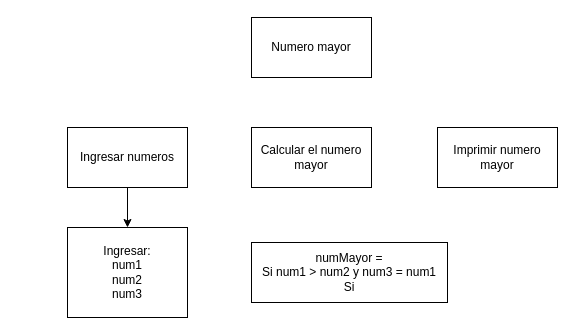
Earlier version of the draw.io diagram page "Ejercicio 3" (3 of 7) of practica_programacion_2/Diagramas.drawio (Creator125/Practicas-JavaScript-C13). Source tidied: cells renumbered, new cells numbered last; positions are measured from the earlier drawing's top-left corner, leaving out a move shared by most shapes. Both pictures are drawn from the tidied source at 100%, with x=0, y=0 at pixel (67, 17).
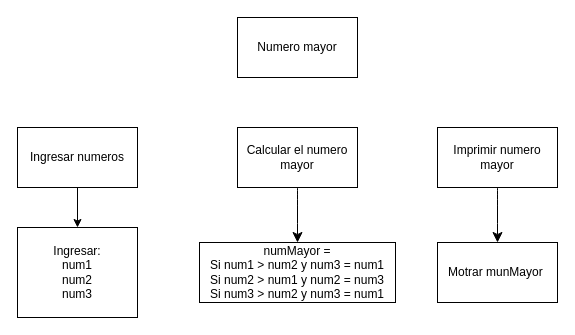
After the change.

Diff of the diagram source:
```diff
@@
 <mxGraphModel>
   <root>
     <mxCell id="0" />
     <mxCell id="1" parent="0" />
     <mxCell id="2" value="Numero mayor" style="rounded=0;whiteSpace=wrap;html=1;" parent="1" vertex="1">
-      <mxGeometry x="184" width="120" height="60" as="geometry" />
+      <mxGeometry x="170" width="120" height="60" as="geometry" />
     </mxCell>
     <mxCell id="3" style="edgeStyle=orthogonalEdgeStyle;rounded=0;jettySize=auto;html=1;exitX=0.5;exitY=1;exitDx=0;exitDy=0;entryX=0.5;entryY=0;entryDx=0;entryDy=0;" parent="1" edge="1" source="4" target="7">
       <mxGeometry relative="1" as="geometry" />
     </mxCell>
     <mxCell id="4" value="Ingresar numeros" style="rounded=0;whiteSpace=wrap;html=1;" parent="1" vertex="1">
-      <mxGeometry y="110" width="120" height="60" as="geometry" />
+      <mxGeometry x="-50" y="110" width="120" height="60" as="geometry" />
     </mxCell>
+    <mxCell id="9" style="edgeStyle=none;curved=1;rounded=0;jettySize=auto;html=1;exitX=0.5;exitY=1;exitDx=0;exitDy=0;entryX=0.5;entryY=0;entryDx=0;entryDy=0;fontSize=12;startSize=8;endSize=8;" parent="1" edge="1" source="5" target="8">
+      <mxGeometry relative="1" as="geometry" />
+    </mxCell>
     <mxCell id="5" value="Calcular el numero mayor" style="rounded=0;whiteSpace=wrap;html=1;" parent="1" vertex="1">
-      <mxGeometry x="184" y="110" width="120" height="60" as="geometry" />
+      <mxGeometry x="170" y="110" width="120" height="60" as="geometry" />
     </mxCell>
+    <mxCell id="10" style="edgeStyle=none;curved=1;rounded=0;jettySize=auto;html=1;exitX=0.5;exitY=1;exitDx=0;exitDy=0;entryX=0.5;entryY=0;entryDx=0;entryDy=0;fontSize=12;startSize=8;endSize=8;" parent="1" edge="1" source="6" target="11">
+      <mxGeometry relative="1" as="geometry" />
+    </mxCell>
     <mxCell id="6" value="Imprimir numero mayor" style="rounded=0;whiteSpace=wrap;html=1;" parent="1" vertex="1">
       <mxGeometry x="370" y="110" width="120" height="60" as="geometry" />
     </mxCell>
     <mxCell id="7" value="Ingresar:&lt;br&gt;num1&lt;br&gt;num2&lt;br&gt;num3" style="rounded=0;whiteSpace=wrap;html=1;" parent="1" vertex="1">
-      <mxGeometry y="210" width="120" height="90" as="geometry" />
+      <mxGeometry x="-50" y="210" width="120" height="90" as="geometry" />
     </mxCell>
-    <mxCell id="8" value="numMayor =&lt;br&gt;Si num1 &amp;gt; num2 y num3 = num1&lt;br&gt;Si" style="rounded=0;whiteSpace=wrap;html=1;" parent="1" vertex="1">
-      <mxGeometry x="184" y="225" width="196" height="60" as="geometry" />
+    <mxCell id="8" value="numMayor =&lt;br&gt;Si num1 &amp;gt; num2 y num3 = num1&lt;br&gt;Si num2 &amp;gt; num1 y num2 = num3&lt;br&gt;Si num3 &amp;gt; num2 y num3 = num1" style="rounded=0;whiteSpace=wrap;html=1;" parent="1" vertex="1">
+      <mxGeometry x="132" y="225" width="196" height="60" as="geometry" />
     </mxCell>
+    <mxCell id="11" value="Motrar munMayor&amp;nbsp;" style="rounded=0;whiteSpace=wrap;html=1;fontSize=12;" parent="1" vertex="1">
+      <mxGeometry x="370" y="225" width="120" height="60" as="geometry" />
+    </mxCell>
   </root>
 </mxGraphModel>
```
